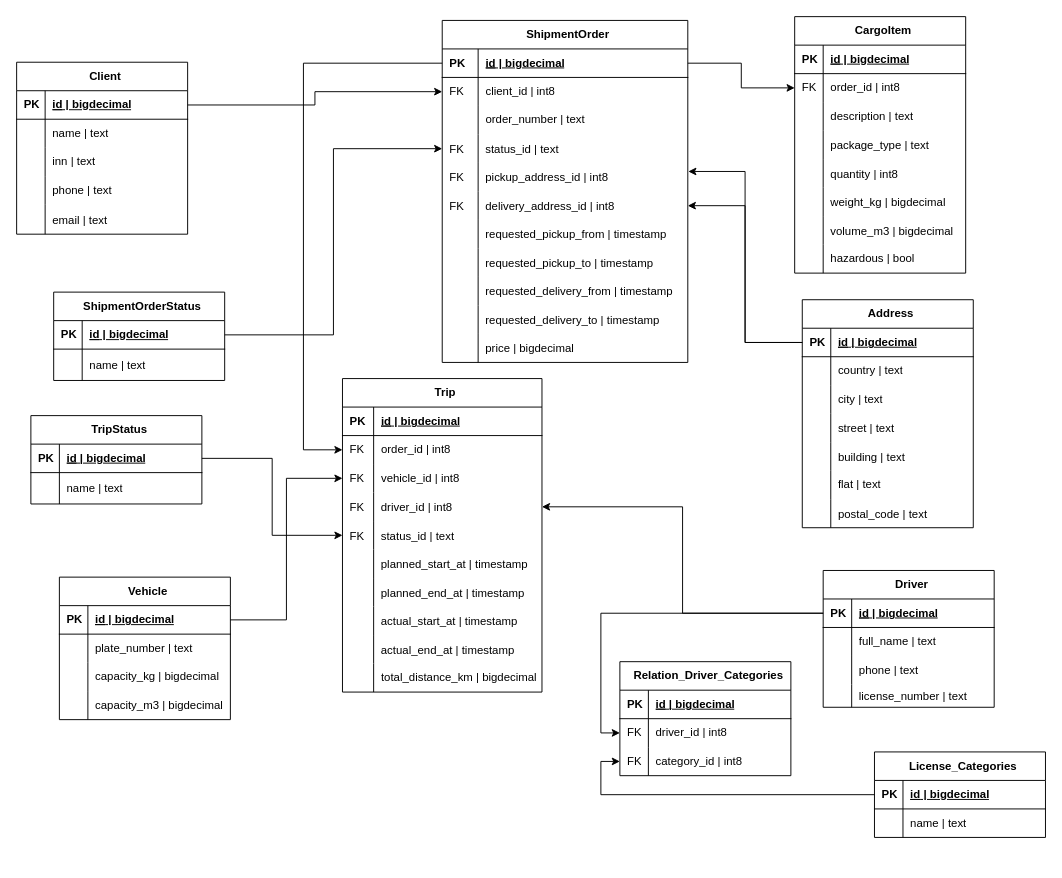
Earlier version of the draw.io diagram bd_micro.drawio (Alexander-Bankov/draw). Source tidied: cells renumbered, new cells numbered last; positions are measured from the earlier drawing's top-left corner, leaving out a move shared by most shapes. Both pictures are drawn from the tidied source at 95%, with x=0, y=0 at pixel (16, 16).
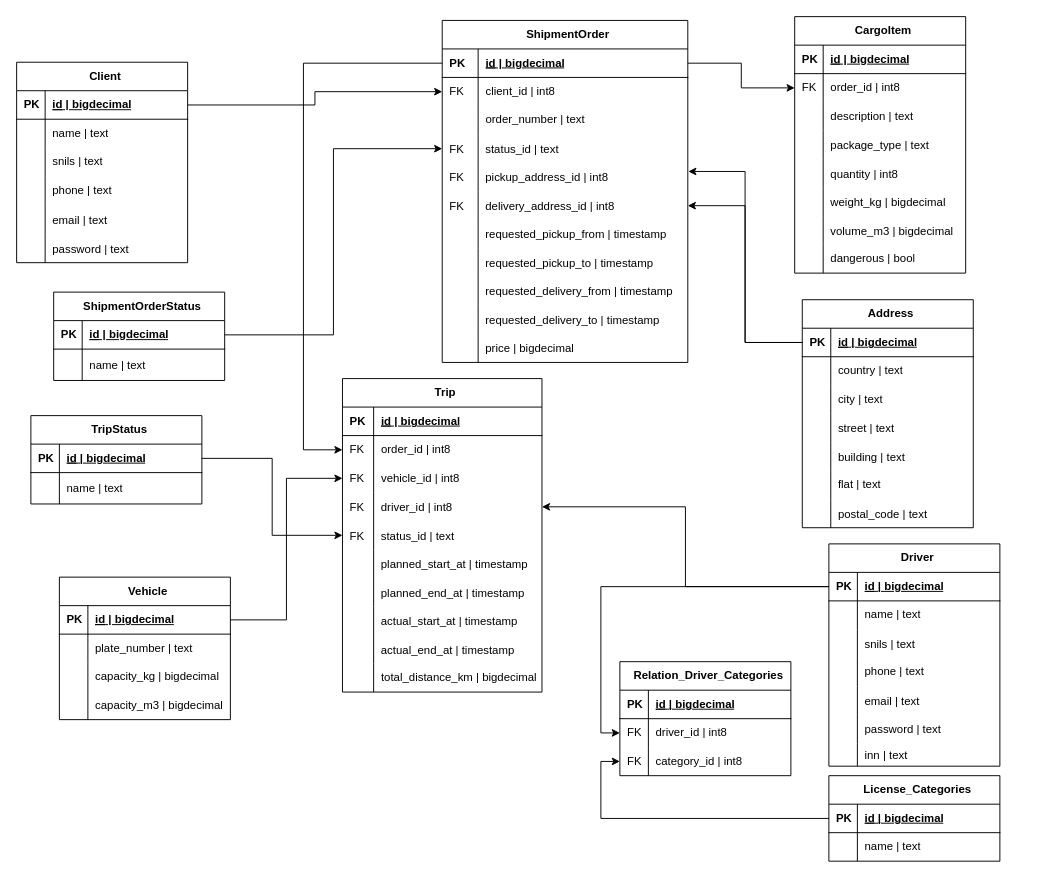
The same page after the edit.

The change refers to these unchanged cells:
```xml
<mxCell id="9" style="shape=tableRow;horizontal=0;startSize=0;swimlaneHead=0;swimlaneBody=0;fillColor=none;top=0;left=0;right=0;bottom=0;strokeColor=default;align=left;verticalAlign=middle;spacingLeft=6;fontFamily=Helvetica;fontSize=12;fontColor=default;" parent="2" vertex="1">
  <mxGeometry y="90" width="180" height="30" as="geometry" />
</mxCell>
<mxCell id="87" style="shape=tableRow;horizontal=0;startSize=0;swimlaneHead=0;swimlaneBody=0;fillColor=none;top=0;left=0;right=0;bottom=0;strokeColor=default;align=left;verticalAlign=middle;spacingLeft=6;fontFamily=Helvetica;fontSize=12;fontColor=default;" parent="65" vertex="1">
  <mxGeometry y="240" width="180" height="30" as="geometry" />
</mxCell>
<mxCell id="116" style="shape=tableRow;horizontal=0;startSize=0;swimlaneHead=0;swimlaneBody=0;fillColor=none;top=0;left=0;right=0;bottom=0;strokeColor=default;align=left;verticalAlign=middle;spacingLeft=6;fontFamily=Helvetica;fontSize=12;fontColor=default;" parent="112" vertex="1">
  <mxGeometry y="60" width="180" height="30" as="geometry" />
</mxCell>
```

The edit, as a diff of the source:
```diff
@@
     <mxCell id="2" value="Client" style="shape=table;startSize=30;childLayout=tableLayout;rowLines=0;fontStyle=1;align=center;html=1;strokeColor=default;verticalAlign=middle;spacingLeft=6;fontFamily=Helvetica;fontSize=12;fontColor=default;fillColor=none;" parent="1" vertex="1">
-      <mxGeometry y="48" width="180" height="181" as="geometry" />
+      <mxGeometry y="48" width="180" height="211" as="geometry" />
     </mxCell>
@@
-    <mxCell id="11" value="inn | text" style="shape=partialRectangle;fillColor=none;top=0;left=0;bottom=0;right=0;align=left;spacingLeft=6;overflow=hidden;whiteSpace=wrap;html=1;strokeColor=default;verticalAlign=middle;fontFamily=Helvetica;fontSize=12;fontColor=default;" parent="9" vertex="1">
+    <mxCell id="11" value="snils | text" style="shape=partialRectangle;fillColor=none;top=0;left=0;bottom=0;right=0;align=left;spacingLeft=6;overflow=hidden;whiteSpace=wrap;html=1;strokeColor=default;verticalAlign=middle;fontFamily=Helvetica;fontSize=12;fontColor=default;" parent="9" vertex="1">
       <mxGeometry x="30" width="150" height="30" as="geometry" />
     </mxCell>
@@
+    <mxCell id="198" style="shape=tableRow;horizontal=0;startSize=0;swimlaneHead=0;swimlaneBody=0;fillColor=none;top=0;left=0;right=0;bottom=0;" parent="2" vertex="1">
+      <mxGeometry y="181" width="180" height="30" as="geometry" />
+    </mxCell>
+    <mxCell id="199" style="shape=partialRectangle;fillColor=none;top=0;left=0;bottom=0;right=0;overflow=hidden;" parent="198" vertex="1">
+      <mxGeometry width="30" height="30" as="geometry" />
+    </mxCell>
+    <mxCell id="200" value="password | text" style="shape=partialRectangle;fillColor=none;top=0;left=0;bottom=0;right=0;align=left;spacingLeft=6;overflow=hidden;" parent="198" vertex="1">
+      <mxGeometry x="30" width="150" height="30" as="geometry" />
+    </mxCell>
@@
-    <mxCell id="89" value="hazardous | bool" style="shape=partialRectangle;fillColor=none;top=0;left=0;bottom=0;right=0;align=left;spacingLeft=6;overflow=hidden;whiteSpace=wrap;html=1;strokeColor=default;verticalAlign=middle;fontFamily=Helvetica;fontSize=12;fontColor=default;" parent="87" vertex="1">
+    <mxCell id="89" value="dangerous | bool" style="shape=partialRectangle;fillColor=none;top=0;left=0;bottom=0;right=0;align=left;spacingLeft=6;overflow=hidden;whiteSpace=wrap;html=1;strokeColor=default;verticalAlign=middle;fontFamily=Helvetica;fontSize=12;fontColor=default;" parent="87" vertex="1">
       <mxGeometry x="30" width="150" height="30" as="geometry" />
     </mxCell>
@@
     <mxCell id="112" value="Driver" style="shape=table;startSize=30;childLayout=tableLayout;rowLines=0;fontStyle=1;align=center;html=1;strokeColor=default;verticalAlign=middle;spacingLeft=6;fontFamily=Helvetica;fontSize=12;fontColor=default;fillColor=none;" parent="1" vertex="1">
-      <mxGeometry x="849" y="583" width="180" height="144" as="geometry" />
+      <mxGeometry x="855" y="555" width="180" height="234" as="geometry" />
     </mxCell>
@@
-    <mxCell id="118" value="full_name | text" style="shape=partialRectangle;fillColor=none;top=0;left=0;bottom=0;right=0;align=left;spacingLeft=6;overflow=hidden;whiteSpace=wrap;html=1;strokeColor=default;verticalAlign=middle;fontFamily=Helvetica;fontSize=12;fontColor=default;" parent="116" vertex="1">
+    <mxCell id="118" value="name | text" style="shape=partialRectangle;fillColor=none;top=0;left=0;bottom=0;right=0;align=left;spacingLeft=6;overflow=hidden;whiteSpace=wrap;html=1;strokeColor=default;verticalAlign=middle;fontFamily=Helvetica;fontSize=12;fontColor=default;" parent="116" vertex="1">
       <mxGeometry x="30" width="150" height="30" as="geometry" />
     </mxCell>
+    <mxCell id="201" style="shape=tableRow;horizontal=0;startSize=0;swimlaneHead=0;swimlaneBody=0;fillColor=none;top=0;left=0;right=0;bottom=0;" parent="112" vertex="1">
+      <mxGeometry y="90" width="180" height="30" as="geometry" />
+    </mxCell>
+    <mxCell id="202" style="shape=partialRectangle;fillColor=none;top=0;left=0;bottom=0;right=0;overflow=hidden;" parent="201" vertex="1">
+      <mxGeometry width="30" height="30" as="geometry" />
+    </mxCell>
+    <mxCell id="203" value="snils | text" style="shape=partialRectangle;fillColor=none;top=0;left=0;bottom=0;right=0;align=left;spacingLeft=6;overflow=hidden;" parent="201" vertex="1">
+      <mxGeometry x="30" width="150" height="30" as="geometry" />
+    </mxCell>
     <mxCell id="119" style="shape=tableRow;horizontal=0;startSize=0;swimlaneHead=0;swimlaneBody=0;fillColor=none;top=0;left=0;right=0;bottom=0;strokeColor=default;align=left;verticalAlign=middle;spacingLeft=6;fontFamily=Helvetica;fontSize=12;fontColor=default;" parent="112" vertex="1">
-      <mxGeometry y="90" width="180" height="30" as="geometry" />
+      <mxGeometry y="120" width="180" height="30" as="geometry" />
     </mxCell>
@@
+    <mxCell id="204" style="shape=tableRow;horizontal=0;startSize=0;swimlaneHead=0;swimlaneBody=0;fillColor=none;top=0;left=0;right=0;bottom=0;" parent="112" vertex="1">
+      <mxGeometry y="150" width="180" height="30" as="geometry" />
+    </mxCell>
+    <mxCell id="205" style="shape=partialRectangle;fillColor=none;top=0;left=0;bottom=0;right=0;overflow=hidden;" parent="204" vertex="1">
+      <mxGeometry width="30" height="30" as="geometry" />
+    </mxCell>
+    <mxCell id="206" value="email | text" style="shape=partialRectangle;fillColor=none;top=0;left=0;bottom=0;right=0;align=left;spacingLeft=6;overflow=hidden;" parent="204" vertex="1">
+      <mxGeometry x="30" width="150" height="30" as="geometry" />
+    </mxCell>
+    <mxCell id="207" style="shape=tableRow;horizontal=0;startSize=0;swimlaneHead=0;swimlaneBody=0;fillColor=none;top=0;left=0;right=0;bottom=0;" parent="112" vertex="1">
+      <mxGeometry y="180" width="180" height="30" as="geometry" />
+    </mxCell>
+    <mxCell id="208" style="shape=partialRectangle;fillColor=none;top=0;left=0;bottom=0;right=0;overflow=hidden;" parent="207" vertex="1">
+      <mxGeometry width="30" height="30" as="geometry" />
+    </mxCell>
+    <mxCell id="209" value="password | text" style="shape=partialRectangle;fillColor=none;top=0;left=0;bottom=0;right=0;align=left;spacingLeft=6;overflow=hidden;" parent="207" vertex="1">
+      <mxGeometry x="30" width="150" height="30" as="geometry" />
+    </mxCell>
     <mxCell id="122" style="shape=tableRow;horizontal=0;startSize=0;swimlaneHead=0;swimlaneBody=0;fillColor=none;top=0;left=0;right=0;bottom=0;strokeColor=default;align=left;verticalAlign=middle;spacingLeft=6;fontFamily=Helvetica;fontSize=12;fontColor=default;" parent="112" vertex="1">
-      <mxGeometry y="120" width="180" height="24" as="geometry" />
+      <mxGeometry y="210" width="180" height="24" as="geometry" />
     </mxCell>
@@
-    <mxCell id="124" value="license_number | text" style="shape=partialRectangle;fillColor=none;top=0;left=0;bottom=0;right=0;align=left;spacingLeft=6;overflow=hidden;strokeColor=default;verticalAlign=middle;fontFamily=Helvetica;fontSize=12;fontColor=default;" parent="122" vertex="1">
+    <mxCell id="124" value="inn | text" style="shape=partialRectangle;fillColor=none;top=0;left=0;bottom=0;right=0;align=left;spacingLeft=6;overflow=hidden;strokeColor=default;verticalAlign=middle;fontFamily=Helvetica;fontSize=12;fontColor=default;" parent="122" vertex="1">
       <mxGeometry x="30" width="150" height="24" as="geometry" />
     </mxCell>
@@
     <mxCell id="178" value="License_Categories" style="shape=table;startSize=30;childLayout=tableLayout;rowLines=0;fontStyle=1;align=center;html=1;strokeColor=default;verticalAlign=middle;spacingLeft=6;fontFamily=Helvetica;fontSize=12;fontColor=default;fillColor=none;" parent="1" vertex="1">
-      <mxGeometry x="903" y="774" width="180" height="90" as="geometry" />
+      <mxGeometry x="855" y="799" width="180" height="90" as="geometry" />
     </mxCell>
@@
+    <mxCell id="210" style="shape=tableRow;horizontal=0;startSize=0;swimlaneHead=0;swimlaneBody=0;fillColor=none;top=0;left=0;right=0;bottom=0;strokeColor=default;align=left;verticalAlign=middle;spacingLeft=6;fontFamily=Helvetica;fontSize=12;fontColor=default;" parent="1" vertex="1">
+      <mxGeometry x="13" y="171" width="180" height="30" as="geometry" />
+    </mxCell>
+    <mxCell id="211" style="shape=partialRectangle;fillColor=none;top=0;left=0;bottom=0;right=0;overflow=hidden;whiteSpace=wrap;html=1;strokeColor=default;align=left;verticalAlign=middle;spacingLeft=6;fontFamily=Helvetica;fontSize=12;fontColor=default;" parent="210" vertex="1">
+      <mxGeometry width="30" height="30" as="geometry" />
+    </mxCell>
```
